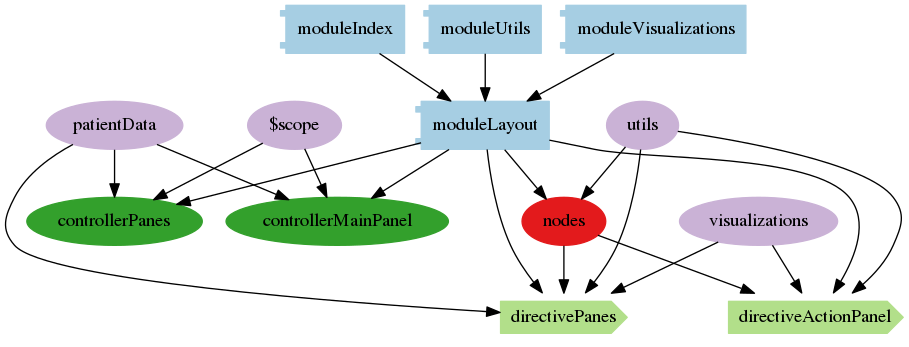
The Graphviz diagram architecture/png/modules/moduleLayout.png in nevesnunes/MultiViz, before a commit. Its source is kept beside it as architecture/dot/modules/moduleLayout.dot. Its diagram source:
```dot
digraph dependencies {
  node[shape="component",style="filled",colorscheme=paired12]


    node[shape="component"]
    "moduleLayout"[label="moduleLayout", color=1]


      "moduleIndex"[label="moduleIndex", color=1]
      "moduleIndex" -> "moduleLayout"

      "moduleUtils"[label="moduleUtils", color=1]
      "moduleUtils" -> "moduleLayout"

      "moduleVisualizations"[label="moduleVisualizations", color=1]
      "moduleVisualizations" -> "moduleLayout"



    node[shape="ellipse"]




      "controllerMainPanel"[label="controllerMainPanel", color=4]
      "moduleLayout" -> "controllerMainPanel"

      "controllerPanes"[label="controllerPanes", color=4]
      "moduleLayout" -> "controllerPanes"





      "nodes"[label="nodes", color=6]
      "moduleLayout" -> "nodes"


    node[shape="cds"]



      "directiveActionPanel"[label="directiveActionPanel", color=3]
      "moduleLayout" -> "directiveActionPanel"

      "directivePanes"[label="directivePanes", color=3]
      "moduleLayout" -> "directivePanes"










    node[shape="ellipse",style="filled", color=9]




        "visualizations"[label="visualizations"]
        "visualizations" -> "directiveActionPanel"

        "utils"[label="utils"]
        "utils" -> "directiveActionPanel"

        "nodes"[label="nodes"]
        "nodes" -> "directiveActionPanel"



        "utils"[label="utils"]
        "utils" -> "directivePanes"

        "nodes"[label="nodes"]
        "nodes" -> "directivePanes"

        "patientData"[label="patientData"]
        "patientData" -> "directivePanes"

        "visualizations"[label="visualizations"]
        "visualizations" -> "directivePanes"






        "$scope"[label="$scope"]
        "$scope" -> "controllerMainPanel"

        "patientData"[label="patientData"]
        "patientData" -> "controllerMainPanel"



        "$scope"[label="$scope"]
        "$scope" -> "controllerPanes"

        "patientData"[label="patientData"]
        "patientData" -> "controllerPanes"







        "utils"[label="utils"]
        "utils" -> "nodes"






}
```
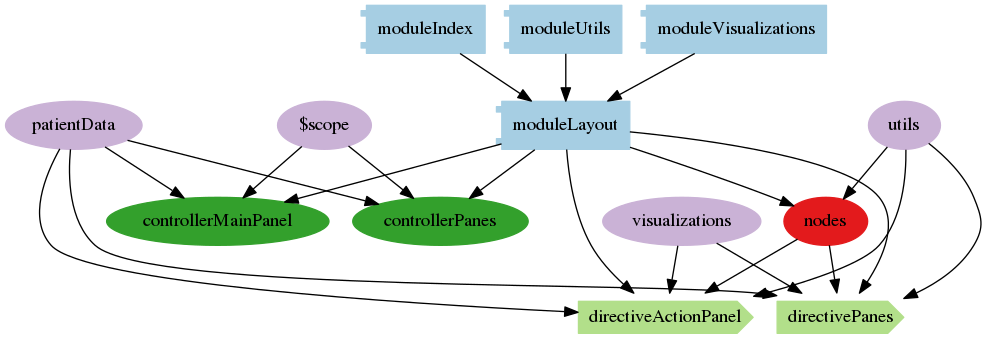
The same file after the commit.

Diff of the diagram source:
```diff
@@ -63,6 +63,9 @@
         "visualizations"[label="visualizations"]
         "visualizations" -> "directiveActionPanel"
 
+        "patientData"[label="patientData"]
+        "patientData" -> "directiveActionPanel"
+
         "utils"[label="utils"]
         "utils" -> "directiveActionPanel"
 
```
